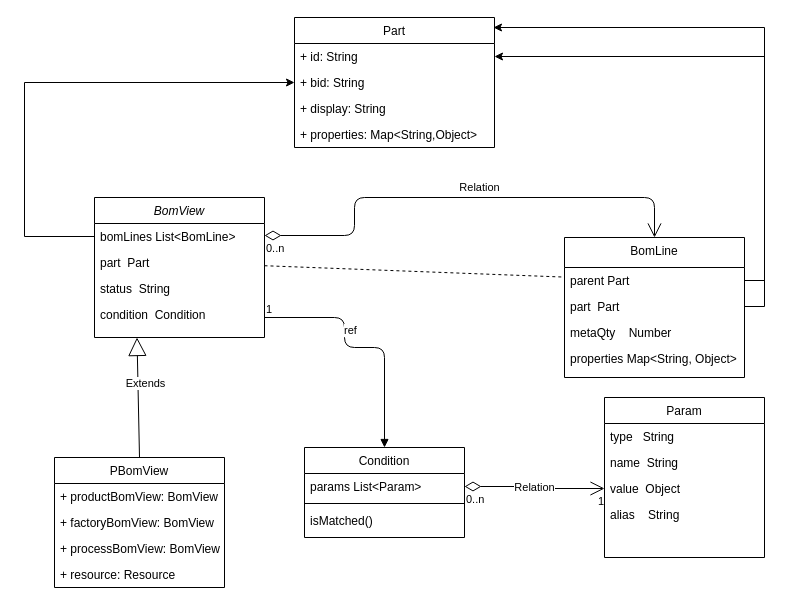
This is XBOM.drawio from lvmq/emop, a draw.io file, before an edit. Source tidied: cells renumbered, new cells numbered last; positions are measured from the earlier drawing's top-left corner, leaving out a move shared by most shapes. Both pictures are drawn from the tidied source at 100%, with x=0, y=0 at pixel (24, 17).
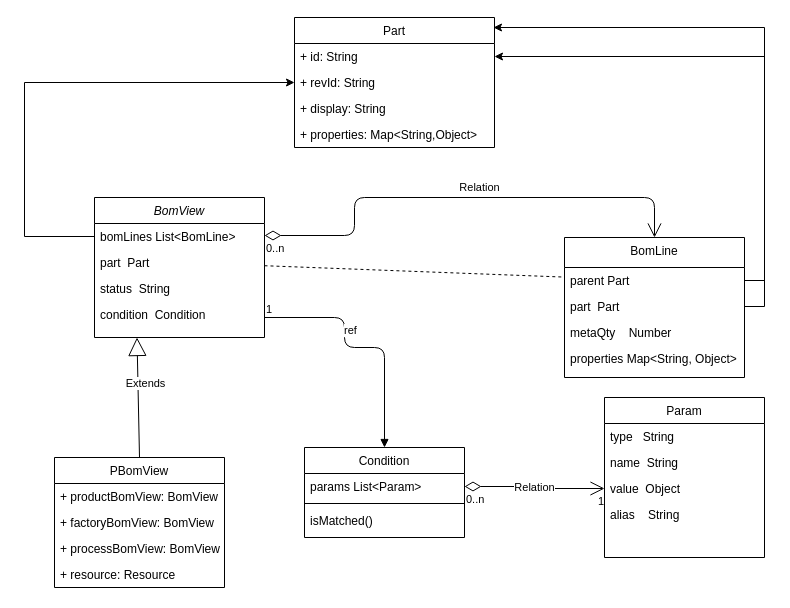
The same diagram, later.

Commit message:
update part property

The change refers to these unchanged cells:
```xml
<mxCell id="2" value="Part" style="swimlane;fontStyle=0;horizontal=1;startSize=26;fillColor=none;" parent="1" vertex="1">
  <mxGeometry x="270" width="200" height="130" as="geometry" />
</mxCell>
```

Diff of the diagram source:
```diff
@@
-    <mxCell id="4" value="+ bid: String&#10;" style="text;strokeColor=none;fillColor=none;align=left;verticalAlign=top;spacingLeft=4;spacingRight=4;overflow=hidden;" parent="2" vertex="1">
+    <mxCell id="4" value="+ revId: String&#10;" style="text;strokeColor=none;fillColor=none;align=left;verticalAlign=top;spacingLeft=4;spacingRight=4;overflow=hidden;" parent="2" vertex="1">
       <mxGeometry y="52" width="200" height="26" as="geometry" />
     </mxCell>
```
